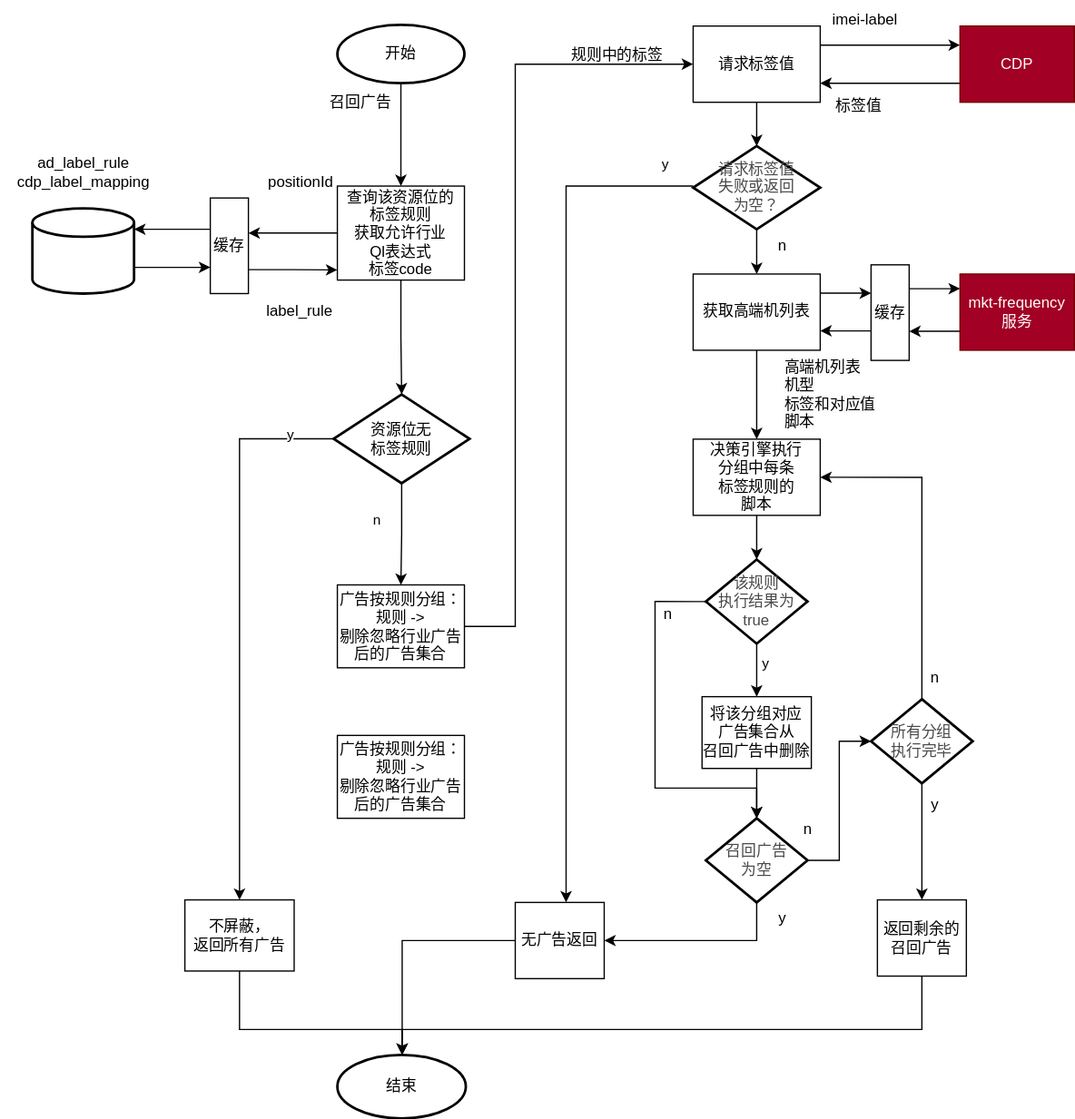
This is high-end-filter.svg from WorryFreeCafe/diagram, a draw.io export, as it was before one commit. Source tidied: cells renumbered, new cells last; positions are measured from the earlier drawing's top-left corner, leaving out a move shared by most shapes.
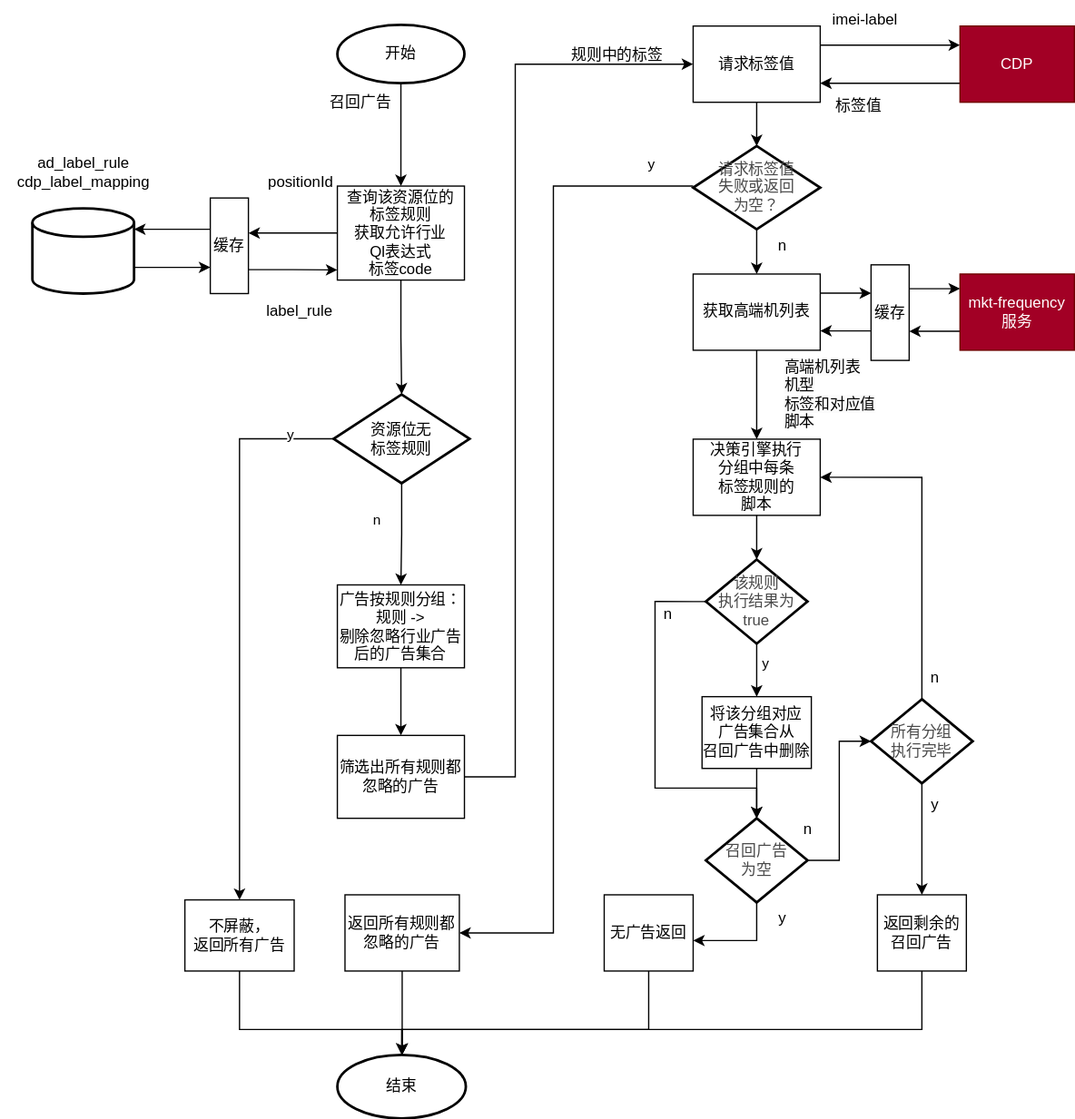
After the change.

What changed in the source:
```diff
@@ -30,6 +30,9 @@
     <mxCell id="8" style="strokeWidth=2;html=1;shape=mxgraph.flowchart.database;whiteSpace=wrap;" parent="1" vertex="1">
       <mxGeometry x="25" y="163.6" width="80" height="67" as="geometry" />
     </mxCell>
+    <mxCell id="72" style="edgeStyle=orthogonalEdgeStyle;rounded=0;jettySize=auto;html=1;" parent="1" edge="1" source="9" target="71">
+      <mxGeometry relative="1" as="geometry" />
+    </mxCell>
     <mxCell id="9" value="广告按规则分组：&lt;br&gt;规则 -&amp;gt;&lt;br&gt;剔除忽略行业广告后的广告集合" style="rounded=0;whiteSpace=wrap;html=1;" parent="1" vertex="1">
       <mxGeometry x="265" y="460" width="100" height="65.2" as="geometry" />
     </mxCell>
@@ -54,8 +57,8 @@
     <mxCell id="16" style="edgeStyle=orthogonalEdgeStyle;rounded=0;jettySize=auto;html=1;" parent="1" edge="1" source="19" target="41">
       <mxGeometry relative="1" as="geometry">
         <Array as="points">
-          <mxPoint x="445" y="146" />
-          <mxPoint x="445" y="730" />
+          <mxPoint x="435" y="146" />
+          <mxPoint x="435" y="734" />
         </Array>
       </mxGeometry>
     </mxCell>
@@ -145,16 +148,16 @@
     <mxCell id="39" value="不屏蔽，&lt;br&gt;&lt;span style=&quot;background-color: initial;&quot;&gt;返回&lt;/span&gt;所有广告" style="rounded=0;whiteSpace=wrap;html=1;" parent="1" vertex="1">
       <mxGeometry x="145" y="708" width="86" height="56" as="geometry" />
     </mxCell>
-    <mxCell id="40" style="edgeStyle=orthogonalEdgeStyle;rounded=0;jettySize=auto;html=1;" parent="1" edge="1" source="9" target="13">
+    <mxCell id="40" style="edgeStyle=orthogonalEdgeStyle;rounded=0;jettySize=auto;html=1;exitX=1;exitY=0.5;exitDx=0;exitDy=0;" parent="1" edge="1" source="71" target="13">
       <mxGeometry relative="1" as="geometry">
         <Array as="points">
-          <mxPoint x="405" y="493" />
+          <mxPoint x="405" y="611" />
           <mxPoint x="405" y="50" />
         </Array>
       </mxGeometry>
     </mxCell>
-    <mxCell id="41" value="无广告返回" style="whiteSpace=wrap;html=1;" parent="1" vertex="1">
-      <mxGeometry x="405" y="710" width="70" height="60" as="geometry" />
+    <mxCell id="41" value="返回所有规则都&lt;br&gt;忽略的广告" style="whiteSpace=wrap;html=1;" parent="1" vertex="1">
+      <mxGeometry x="271" y="704" width="90" height="60" as="geometry" />
     </mxCell>
     <mxCell id="42" value="&lt;span style=&quot;white-space: normal;&quot;&gt;ad_label_rule&lt;/span&gt;&lt;br style=&quot;white-space: normal;&quot;&gt;&lt;span style=&quot;white-space: normal;&quot;&gt;cdp_label_mapping&lt;/span&gt;" style="text;html=1;align=center;verticalAlign=middle;strokeColor=none;fillColor=none;" parent="1" vertex="1">
       <mxGeometry y="115.4" width="130" height="40" as="geometry" />
@@ -251,8 +254,9 @@
         </Array>
       </mxGeometry>
     </mxCell>
-    <mxCell id="63" style="edgeStyle=orthogonalEdgeStyle;rounded=0;jettySize=auto;html=1;entryX=1;entryY=0.5;entryDx=0;entryDy=0;" parent="1" edge="1" source="51" target="41">
+    <mxCell id="63" style="edgeStyle=orthogonalEdgeStyle;rounded=0;jettySize=auto;html=1;" parent="1" edge="1" source="51">
       <mxGeometry relative="1" as="geometry">
+        <mxPoint x="545" y="740" as="targetPoint" />
         <Array as="points">
           <mxPoint x="595" y="740" />
         </Array>
@@ -262,7 +266,7 @@
       <mxGeometry relative="1" as="geometry" />
     </mxCell>
     <mxCell id="65" value="返回剩余的召回广告" style="whiteSpace=wrap;html=1;" parent="1" vertex="1">
-      <mxGeometry x="690" y="708" width="70" height="60" as="geometry" />
+      <mxGeometry x="690" y="704" width="70" height="60" as="geometry" />
     </mxCell>
     <mxCell id="66" value="y" style="text;html=1;align=center;verticalAlign=middle;strokeColor=none;fillColor=none;" parent="1" vertex="1">
       <mxGeometry x="720" y="618" width="30" height="30" as="geometry" />
@@ -279,8 +283,19 @@
     <mxCell id="70" value="规则中的标签" style="text;html=1;align=center;verticalAlign=middle;strokeColor=none;fillColor=none;" parent="1" vertex="1">
       <mxGeometry x="435" y="28" width="100" height="30" as="geometry" />
     </mxCell>
-    <mxCell id="71" value="广告按规则分组：&lt;br&gt;规则 -&amp;gt;&lt;br&gt;剔除忽略行业广告后的广告集合" style="rounded=0;whiteSpace=wrap;html=1;" parent="1" vertex="1">
+    <mxCell id="71" value="筛选出所有规则都&lt;br&gt;忽略的广告" style="rounded=0;whiteSpace=wrap;html=1;" parent="1" vertex="1">
       <mxGeometry x="265" y="578.5" width="100" height="65.2" as="geometry" />
     </mxCell>
+    <mxCell id="73" value="无广告返回" style="whiteSpace=wrap;html=1;" parent="1" vertex="1">
+      <mxGeometry x="475" y="704" width="70" height="60" as="geometry" />
+    </mxCell>
+    <mxCell id="74" style="edgeStyle=orthogonalEdgeStyle;rounded=0;jettySize=auto;html=1;entryX=0.5;entryY=0;entryDx=0;entryDy=0;entryPerimeter=0;" parent="1" edge="1" source="73" target="14">
+      <mxGeometry relative="1" as="geometry">
+        <Array as="points">
+          <mxPoint x="510" y="810" />
+          <mxPoint x="316" y="810" />
+        </Array>
+      </mxGeometry>
+    </mxCell>
   </root>
 </mxGraphModel>
```
